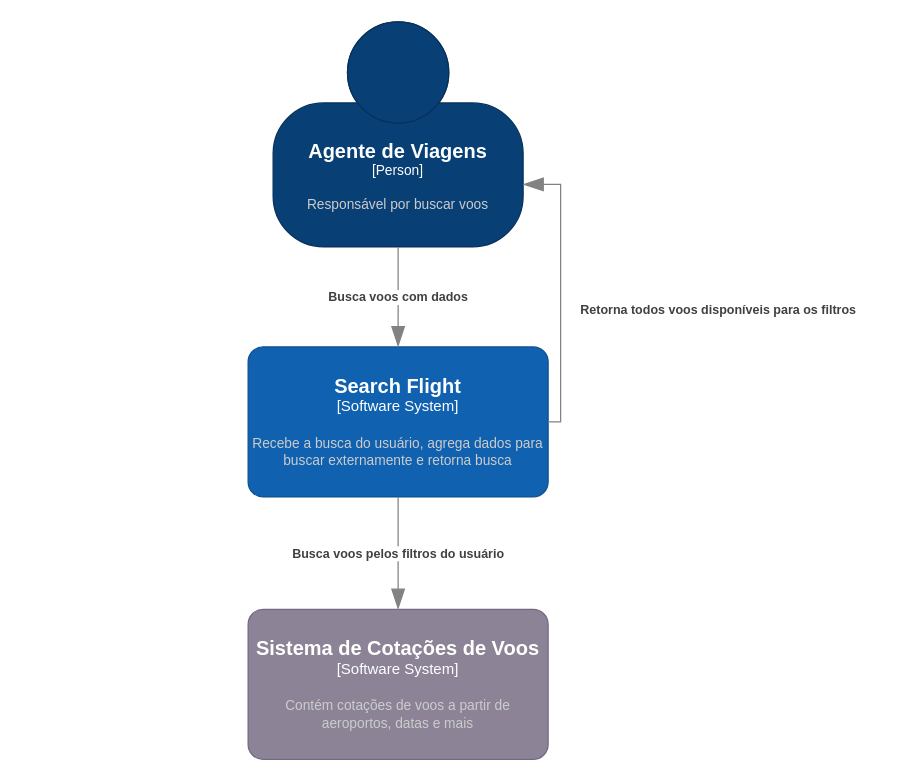
Earlier version of the draw.io diagram docs/c4-geral.drawio (luismomm2110/portfolioCatolica). Source tidied: cells renumbered, new cells numbered last; positions are measured from the earlier drawing's top-left corner, leaving out a move shared by most shapes. Both pictures are drawn from the tidied source at 125%, with x=0, y=0 at pixel (248, 21).
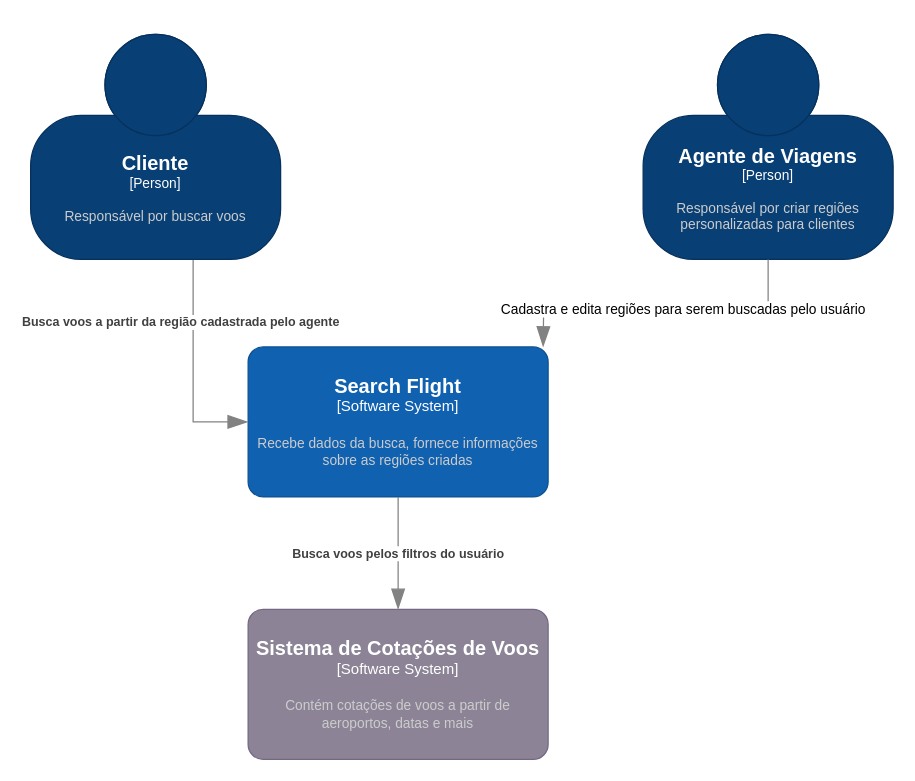
The same diagram, later.

What changed in the source:
```diff
@@
 <mxGraphModel>
   <root>
     <mxCell id="0" />
     <mxCell id="1" parent="0" />
-    <object id="2" label="&lt;font style=&quot;font-size: 16px&quot;&gt;&lt;b&gt;%c4Name%&lt;/b&gt;&lt;/font&gt;&lt;div&gt;[%c4Type%]&lt;/div&gt;&lt;br&gt;&lt;div&gt;&lt;font style=&quot;font-size: 11px&quot;&gt;&lt;font color=&quot;#cccccc&quot;&gt;%c4Description%&lt;/font&gt;&lt;/div&gt;" c4Description="Responsável por buscar voos" c4Name="Agente de Viagens" c4Type="Person" placeholders="1">
+    <object id="2" label="&lt;font style=&quot;font-size: 16px&quot;&gt;&lt;b&gt;%c4Name%&lt;/b&gt;&lt;/font&gt;&lt;div&gt;[%c4Type%]&lt;/div&gt;&lt;br&gt;&lt;div&gt;&lt;font style=&quot;font-size: 11px&quot;&gt;&lt;font color=&quot;#cccccc&quot;&gt;%c4Description%&lt;/font&gt;&lt;/div&gt;" c4Description="Responsável por criar regiões personalizadas para clientes" c4Name="Agente de Viagens" c4Type="Person" placeholders="1">
       <mxCell style="html=1;fontSize=11;dashed=0;whiteSpace=wrap;fillColor=#083F75;strokeColor=#06315C;fontColor=#ffffff;shape=mxgraph.c4.person2;align=center;points=[[0.5,0,0],[1,0.5,0],[1,0.75,0],[0.75,1,0],[0.5,1,0],[0.25,1,0],[0,0.75,0],[0,0.5,0]];" parent="1" vertex="1">
-        <mxGeometry x="20" width="200" height="180" as="geometry" />
+        <mxGeometry x="316" y="10" width="200" height="180" as="geometry" />
       </mxCell>
     </object>
-    <object id="3" label="&lt;font style=&quot;font-size: 16px&quot;&gt;&lt;b&gt;%c4Name%&lt;/b&gt;&lt;/font&gt;&lt;div&gt;[%c4Type%]&lt;/div&gt;&lt;br&gt;&lt;div&gt;&lt;font style=&quot;font-size: 11px&quot;&gt;&lt;font color=&quot;#cccccc&quot;&gt;%c4Description%&lt;/font&gt;&lt;/div&gt;" c4Description="Recebe a busca do usuário, agrega dados para buscar externamente e retorna busca " c4Name="Search Flight" c4Type="Software System" placeholders="1">
+    <object id="3" label="&lt;font style=&quot;font-size: 16px&quot;&gt;&lt;b&gt;%c4Name%&lt;/b&gt;&lt;/font&gt;&lt;div&gt;[%c4Type%]&lt;/div&gt;&lt;br&gt;&lt;div&gt;&lt;font style=&quot;font-size: 11px&quot;&gt;&lt;font color=&quot;#cccccc&quot;&gt;%c4Description%&lt;/font&gt;&lt;/div&gt;" c4Description="Recebe dados da busca, fornece informações sobre as regiões criadas" c4Name="Search Flight" c4Type="Software System" placeholders="1">
       <mxCell style="rounded=1;whiteSpace=wrap;html=1;labelBackgroundColor=none;fillColor=#1061B0;fontColor=#ffffff;align=center;arcSize=10;strokeColor=#0D5091;points=[[0.25,0,0],[0.5,0,0],[0.75,0,0],[1,0.25,0],[1,0.5,0],[1,0.75,0],[0.75,1,0],[0.5,1,0],[0.25,1,0],[0,0.75,0],[0,0.5,0],[0,0.25,0]];" parent="1" vertex="1">
         <mxGeometry y="260" width="240" height="120" as="geometry" />
       </mxCell>
     </object>
-    <object id="4" label="&lt;div style=&quot;text-align: left&quot;&gt;&lt;div style=&quot;text-align: center&quot;&gt;&lt;b&gt;%c4Description%&lt;/b&gt;&lt;/div&gt;" c4Description="Busca voos com dados" placeholders="1">
-      <mxCell style="endArrow=blockThin;html=1;fontSize=10;fontColor=#404040;strokeWidth=1;endFill=1;strokeColor=#828282;elbow=vertical;endSize=14;startSize=14;jumpStyle=arc;jumpSize=16;rounded=0;edgeStyle=orthogonalEdgeStyle;exitX=0.5;exitY=1;exitDx=0;exitDy=0;exitPerimeter=0;entryX=0.5;entryY=0;entryDx=0;entryDy=0;entryPerimeter=0;" parent="1" edge="1" source="2" target="3">
-        <mxGeometry relative="1" as="geometry" />
-      </mxCell>
-    </object>
     <object id="5" label="&lt;font style=&quot;font-size: 16px&quot;&gt;&lt;b&gt;%c4Name%&lt;/b&gt;&lt;/font&gt;&lt;div&gt;[%c4Type%]&lt;/div&gt;&lt;br&gt;&lt;div&gt;&lt;font style=&quot;font-size: 11px&quot;&gt;&lt;font color=&quot;#cccccc&quot;&gt;%c4Description%&lt;/font&gt;&lt;/div&gt;" c4Description="Contém cotações de voos a partir de aeroportos, datas e mais" c4Name="Sistema de Cotações de Voos" c4Type="Software System" placeholders="1">
       <mxCell style="rounded=1;whiteSpace=wrap;html=1;labelBackgroundColor=none;fillColor=#8C8496;fontColor=#ffffff;align=center;arcSize=10;strokeColor=#736782;points=[[0.25,0,0],[0.5,0,0],[0.75,0,0],[1,0.25,0],[1,0.5,0],[1,0.75,0],[0.75,1,0],[0.5,1,0],[0.25,1,0],[0,0.75,0],[0,0.5,0],[0,0.25,0]];" parent="1" vertex="1">
         <mxGeometry y="470" width="240" height="120" as="geometry" />
       </mxCell>
     </object>
     <object id="6" label="&lt;div style=&quot;text-align: left&quot;&gt;&lt;div style=&quot;text-align: center&quot;&gt;&lt;b&gt;%c4Description%&lt;/b&gt;&lt;/div&gt;" c4Description="Busca voos pelos filtros do usuário" placeholders="1">
       <mxCell style="endArrow=blockThin;html=1;fontSize=10;fontColor=#404040;strokeWidth=1;endFill=1;strokeColor=#828282;elbow=vertical;endSize=14;startSize=14;jumpStyle=arc;jumpSize=16;rounded=0;edgeStyle=orthogonalEdgeStyle;entryX=0.5;entryY=0;entryDx=0;entryDy=0;entryPerimeter=0;" parent="1" edge="1" source="3" target="5">
         <mxGeometry relative="1" as="geometry" />
       </mxCell>
     </object>
-    <object id="7" label="&lt;div style=&quot;text-align: left&quot;&gt;&lt;div style=&quot;text-align: center&quot;&gt;&lt;b&gt;%c4Description%&lt;/b&gt;&lt;/div&gt;" c4Description="Retorna todos voos disponíveis para os filtros" placeholders="1">
-      <mxCell style="endArrow=blockThin;html=1;fontSize=10;fontColor=#404040;strokeWidth=1;endFill=1;strokeColor=#828282;elbow=vertical;endSize=14;startSize=14;jumpStyle=arc;jumpSize=16;rounded=0;edgeStyle=orthogonalEdgeStyle;exitX=1;exitY=0.5;exitDx=0;exitDy=0;exitPerimeter=0;" parent="1" edge="1" source="3" target="2">
-        <mxGeometry x="-0.13" y="-126" relative="1" as="geometry">
+    <object id="7" label="&lt;div style=&quot;text-align: left&quot;&gt;&lt;div style=&quot;text-align: center&quot;&gt;&lt;b&gt;%c4Description%&lt;/b&gt;&lt;/div&gt;" c4Description="Busca voos a partir da região cadastrada pelo agente" placeholders="1">
+      <mxCell style="endArrow=blockThin;html=1;fontSize=10;fontColor=#404040;strokeWidth=1;endFill=1;strokeColor=#828282;elbow=vertical;endSize=14;startSize=14;jumpStyle=arc;jumpSize=16;rounded=0;edgeStyle=orthogonalEdgeStyle;entryX=0;entryY=0.5;entryDx=0;entryDy=0;entryPerimeter=0;" parent="1" edge="1" source="8" target="3">
+        <mxGeometry x="-0.43" y="-10" relative="1" as="geometry">
           <Array as="points">
-            <mxPoint x="250" y="320" />
-            <mxPoint x="250" y="130" />
+            <mxPoint x="-44" y="320" />
           </Array>
         </mxGeometry>
       </mxCell>
     </object>
+    <object id="8" label="&lt;font style=&quot;font-size: 16px&quot;&gt;&lt;b&gt;%c4Name%&lt;/b&gt;&lt;/font&gt;&lt;div&gt;[%c4Type%]&lt;/div&gt;&lt;br&gt;&lt;div&gt;&lt;font style=&quot;font-size: 11px&quot;&gt;&lt;font color=&quot;#cccccc&quot;&gt;%c4Description%&lt;/font&gt;&lt;/div&gt;" c4Description="Responsável por buscar voos" c4Name="Cliente" c4Type="Person" placeholders="1">
+      <mxCell style="html=1;fontSize=11;dashed=0;whiteSpace=wrap;fillColor=#083F75;strokeColor=#06315C;fontColor=#ffffff;shape=mxgraph.c4.person2;align=center;points=[[0.5,0,0],[1,0.5,0],[1,0.75,0],[0.75,1,0],[0.5,1,0],[0.25,1,0],[0,0.75,0],[0,0.5,0]];" parent="1" vertex="1">
+        <mxGeometry x="-174" y="10" width="200" height="180" as="geometry" />
+      </mxCell>
+    </object>
+    <mxCell id="9" style="endArrow=blockThin;html=1;fontSize=10;fontColor=#404040;strokeWidth=1;endFill=1;strokeColor=#828282;elbow=vertical;endSize=14;startSize=14;jumpStyle=arc;jumpSize=16;rounded=0;edgeStyle=orthogonalEdgeStyle;exitX=0.5;exitY=1;exitDx=0;exitDy=0;exitPerimeter=0;" parent="1" edge="1" source="2">
+      <mxGeometry relative="1" as="geometry">
+        <mxPoint x="236" y="260" as="targetPoint" />
+      </mxGeometry>
+    </mxCell>
+    <mxCell id="10" value="Cadastra e edita regiões para serem buscadas pelo usuário" style="edgeLabel;html=1;align=center;verticalAlign=middle;" parent="9" vertex="1">
+      <mxGeometry x="-0.17" y="4" relative="1" as="geometry" />
+    </mxCell>
   </root>
 </mxGraphModel>
```
